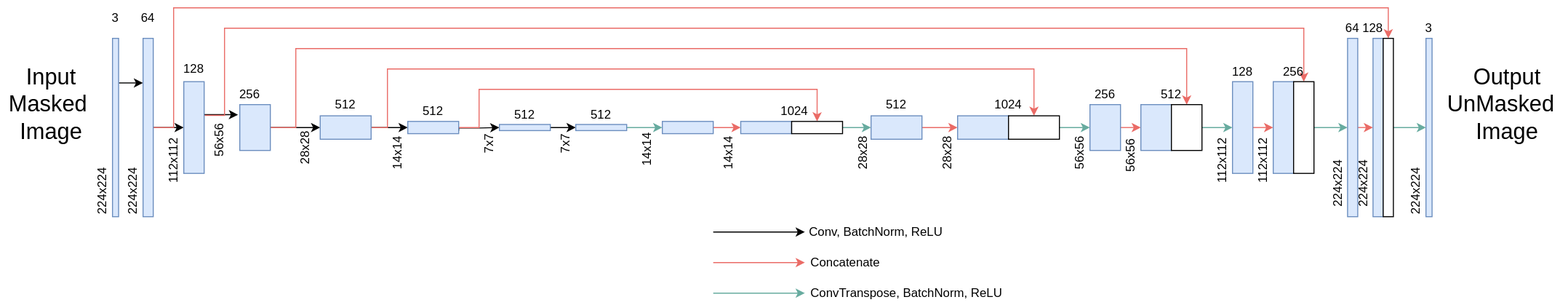
The draw.io diagram unmasker2.svg in dl-bl4ck/unmasker, before a commit. Source tidied: cells renumbered, new cells last; positions are measured from the earlier drawing's top-left corner, leaving out a move shared by most shapes.
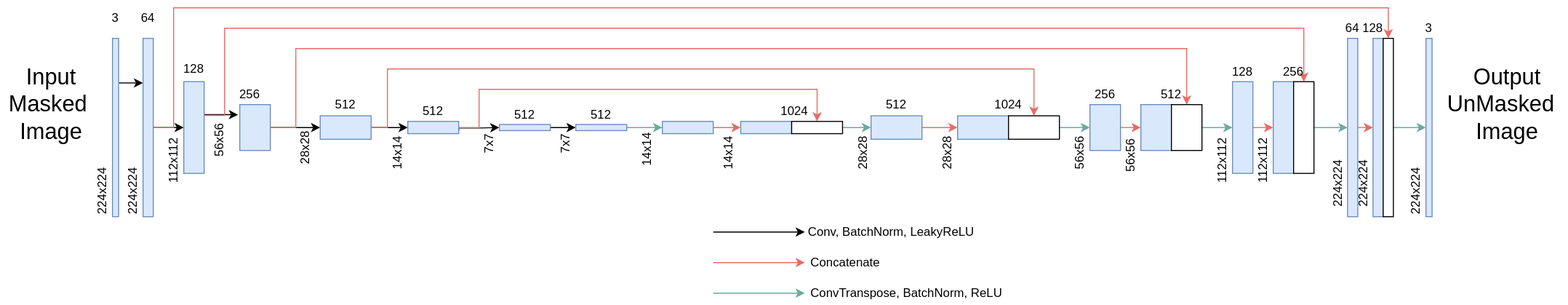
After the commit.

What changed in the source:
```diff
@@ -311,8 +311,8 @@
         <mxPoint x="790" y="250" as="targetPoint" />
       </mxGeometry>
     </mxCell>
-    <mxCell id="90" value="Conv, BatchNorm, ReLU" style="text;html=1;strokeColor=none;fillColor=none;align=center;verticalAlign=middle;whiteSpace=wrap;rounded=0;" parent="1" vertex="1">
-      <mxGeometry x="790" y="210" width="140" height="20" as="geometry" />
+    <mxCell id="90" value="Conv, BatchNorm, LeakyReLU" style="text;html=1;strokeColor=none;fillColor=none;align=center;verticalAlign=middle;whiteSpace=wrap;rounded=0;" parent="1" vertex="1">
+      <mxGeometry x="790" y="210" width="170" height="20" as="geometry" />
     </mxCell>
     <mxCell id="91" value="Concatenate" style="text;html=1;strokeColor=none;fillColor=none;align=center;verticalAlign=middle;whiteSpace=wrap;rounded=0;" parent="1" vertex="1">
       <mxGeometry x="760" y="240" width="140" height="20" as="geometry" />
```
